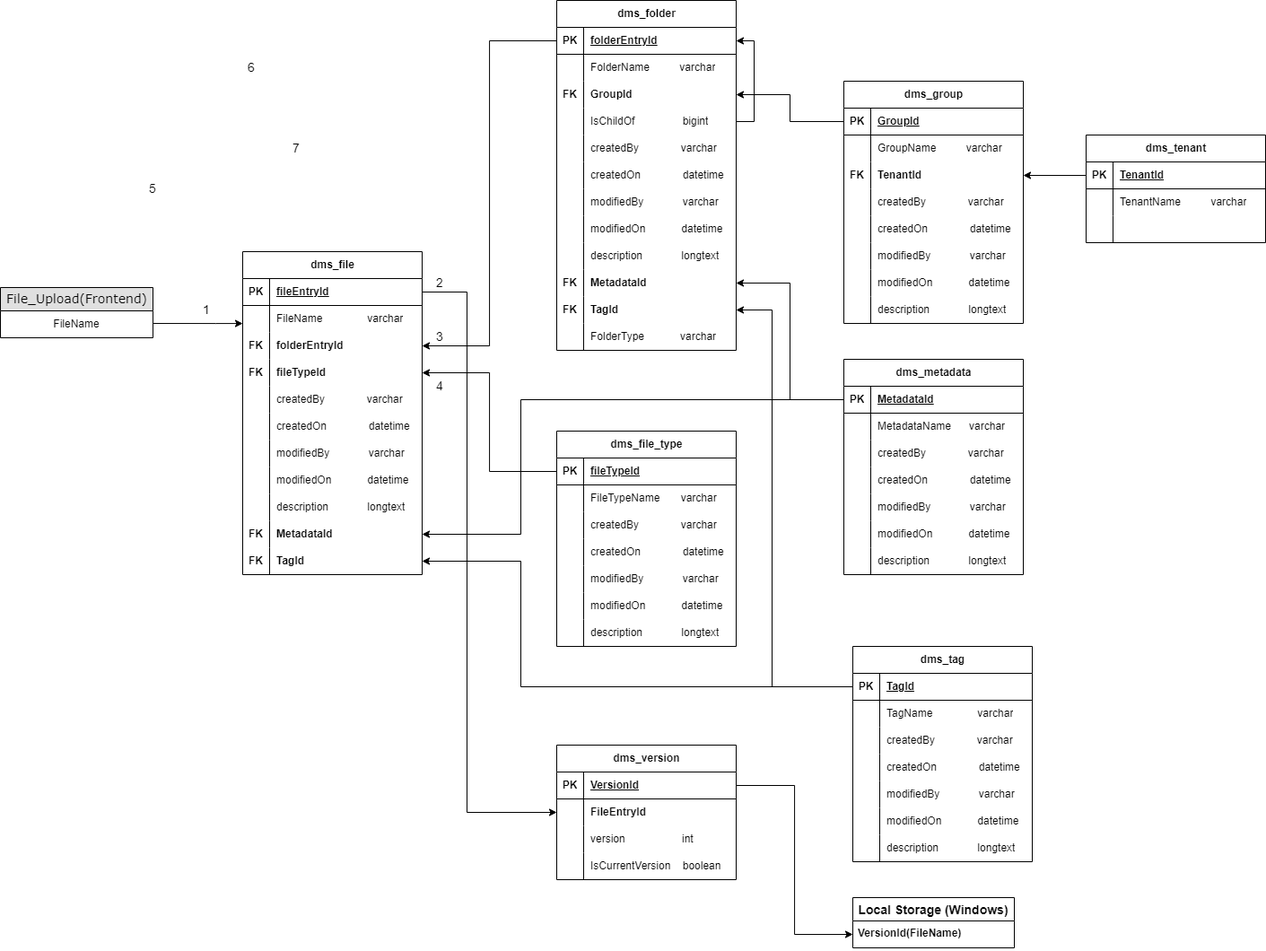
This is Upload-NxtGen.drawio.png from SandeepGowda7/Drawio, a draw.io export, as it was before one commit. Source tidied: cells renumbered, new cells last; positions are measured from the earlier drawing's top-left corner, leaving out a move shared by most shapes.
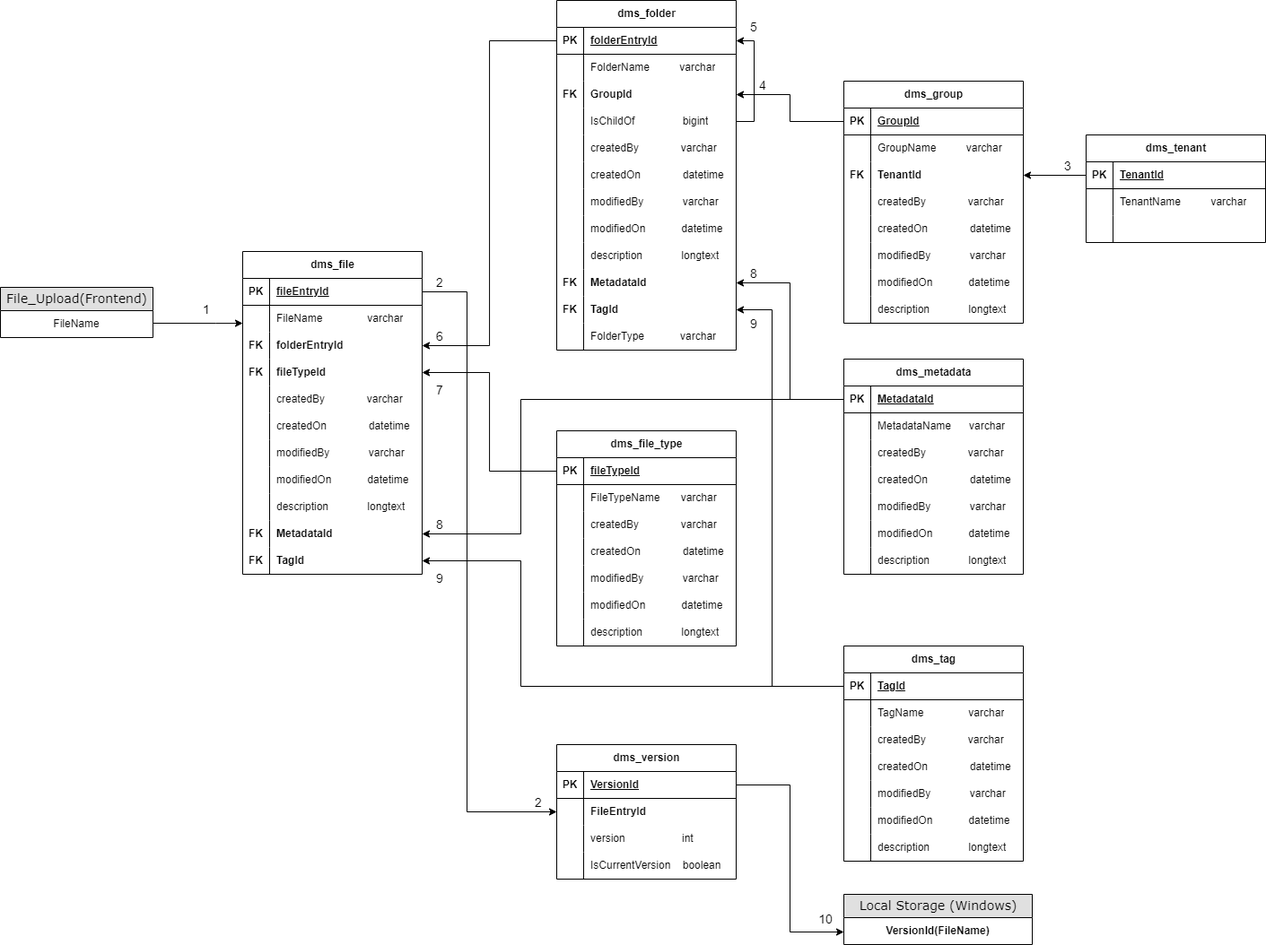
Above is the later version.

Diff of the diagram source:
```diff
@@ -91,7 +91,7 @@
       </mxGeometry>
     </mxCell>
     <mxCell id="28" value="dms_tag" style="shape=table;startSize=30;rowLines=0;fontStyle=1;align=center;html=1;" parent="1" vertex="1">
-      <mxGeometry x="950" y="720" width="200" height="240" as="geometry" />
+      <mxGeometry x="940" y="720" width="200" height="240" as="geometry" />
     </mxCell>
     <mxCell id="29" style="shape=tableRow;horizontal=0;startSize=0;swimlaneHead=0;swimlaneBody=0;fillColor=none;points=[[0,0.5],[1,0.5]];portConstraint=eastwest;top=0;left=0;right=0;bottom=1;" parent="28" vertex="1">
       <mxGeometry y="30" width="200" height="30" as="geometry" />
@@ -480,7 +480,7 @@
     <mxCell id="157" value="IsCurrentVersion&amp;nbsp; &amp;nbsp; boolean" style="shape=partialRectangle;fillColor=none;top=0;left=0;bottom=0;right=0;align=left;spacingLeft=6;overflow=hidden;whiteSpace=wrap;html=1;" parent="155" vertex="1">
       <mxGeometry x="30" width="170" height="30" as="geometry" />
     </mxCell>
-    <mxCell id="158" value="dms_file" style="shape=table;startSize=30;rowLines=0;fontStyle=1;align=center;html=1;" parent="1" vertex="1">
+    <mxCell id="158" value="dms_file" style="shape=table;startSize=30;rowLines=0;fontStyle=1;align=center;html=1;labelBackgroundColor=none;" parent="1" vertex="1">
       <mxGeometry x="270" y="280" width="200" height="360" as="geometry" />
     </mxCell>
     <mxCell id="159" style="shape=tableRow;horizontal=0;startSize=0;swimlaneHead=0;swimlaneBody=0;fillColor=none;points=[[0,0.5],[1,0.5]];portConstraint=eastwest;top=0;left=0;right=0;bottom=1;" parent="158" vertex="1">
@@ -626,35 +626,53 @@
         </Array>
       </mxGeometry>
     </mxCell>
-    <mxCell id="200" value="Local Storage (Windows)" style="swimlane;fontStyle=1;horizontal=1;startSize=26;align=center;fontSize=14;" parent="1" vertex="1">
-      <mxGeometry x="950" y="1000" width="180" height="56" as="geometry" />
-    </mxCell>
-    <mxCell id="201" value="&lt;b&gt;VersionId(FileName)&lt;/b&gt;" style="text;strokeColor=none;fillColor=none;spacingLeft=4;spacingRight=4;overflow=hidden;points=[[0,0.5],[1,0.5]];portConstraint=eastwest;fontSize=12;whiteSpace=wrap;html=1;" parent="200" vertex="1">
-      <mxGeometry y="26" width="180" height="30" as="geometry" />
-    </mxCell>
-    <mxCell id="202" style="edgeStyle=orthogonalEdgeStyle;rounded=0;jettySize=auto;html=1;entryX=0;entryY=0.5;entryDx=0;entryDy=0;" parent="1" edge="1" source="146" target="201">
-      <mxGeometry relative="1" as="geometry" />
-    </mxCell>
     <mxCell id="203" value="&lt;font style=&quot;font-size: 14px;&quot;&gt;1&lt;/font&gt;" style="text;html=1;strokeColor=none;fillColor=none;align=center;verticalAlign=middle;whiteSpace=wrap;rounded=0;" parent="1" vertex="1">
       <mxGeometry x="200" y="330" width="60" height="30" as="geometry" />
     </mxCell>
     <mxCell id="204" value="&lt;font style=&quot;font-size: 14px;&quot;&gt;2&lt;/font&gt;" style="text;html=1;strokeColor=none;fillColor=none;align=center;verticalAlign=middle;whiteSpace=wrap;rounded=0;" parent="1" vertex="1">
       <mxGeometry x="460" y="300" width="60" height="30" as="geometry" />
     </mxCell>
-    <mxCell id="205" value="&lt;font style=&quot;font-size: 14px;&quot;&gt;3&lt;/font&gt;" style="text;html=1;strokeColor=none;fillColor=none;align=center;verticalAlign=middle;whiteSpace=wrap;rounded=0;" parent="1" vertex="1">
-      <mxGeometry x="460" y="360" width="60" height="30" as="geometry" />
+    <mxCell id="205" value="&lt;font style=&quot;font-size: 14px;&quot;&gt;4&lt;/font&gt;" style="text;html=1;strokeColor=none;fillColor=none;align=center;verticalAlign=middle;whiteSpace=wrap;rounded=0;" parent="1" vertex="1">
+      <mxGeometry x="820" y="80" width="60" height="30" as="geometry" />
     </mxCell>
-    <mxCell id="206" value="&lt;font style=&quot;font-size: 14px;&quot;&gt;4&lt;/font&gt;" style="text;html=1;strokeColor=none;fillColor=none;align=center;verticalAlign=middle;whiteSpace=wrap;rounded=0;" parent="1" vertex="1">
-      <mxGeometry x="460" y="420" width="60" height="20" as="geometry" />
+    <mxCell id="206" value="&lt;font style=&quot;font-size: 14px;&quot;&gt;5&lt;/font&gt;" style="text;html=1;strokeColor=none;fillColor=none;align=center;verticalAlign=middle;whiteSpace=wrap;rounded=0;" parent="1" vertex="1">
+      <mxGeometry x="810" y="20" width="60" height="20" as="geometry" />
     </mxCell>
-    <mxCell id="207" value="&lt;font style=&quot;font-size: 14px;&quot;&gt;5&lt;/font&gt;" style="text;html=1;strokeColor=none;fillColor=none;align=center;verticalAlign=middle;whiteSpace=wrap;rounded=0;" parent="1" vertex="1">
-      <mxGeometry x="140" y="195" width="60" height="30" as="geometry" />
+    <mxCell id="207" value="&lt;font style=&quot;font-size: 14px;&quot;&gt;6&lt;/font&gt;" style="text;html=1;strokeColor=none;fillColor=none;align=center;verticalAlign=middle;whiteSpace=wrap;rounded=0;" parent="1" vertex="1">
+      <mxGeometry x="460" y="360" width="60" height="30" as="geometry" />
     </mxCell>
-    <mxCell id="208" value="&lt;font style=&quot;font-size: 14px;&quot;&gt;6&lt;/font&gt;" style="text;html=1;strokeColor=none;fillColor=none;align=center;verticalAlign=middle;whiteSpace=wrap;rounded=0;" parent="1" vertex="1">
-      <mxGeometry x="250" y="60" width="60" height="30" as="geometry" />
+    <mxCell id="208" value="&lt;font style=&quot;font-size: 14px;&quot;&gt;7&lt;/font&gt;" style="text;html=1;strokeColor=none;fillColor=none;align=center;verticalAlign=middle;whiteSpace=wrap;rounded=0;" parent="1" vertex="1">
+      <mxGeometry x="460" y="420" width="60" height="30" as="geometry" />
     </mxCell>
-    <mxCell id="209" value="&lt;font style=&quot;font-size: 14px;&quot;&gt;7&lt;/font&gt;" style="text;html=1;strokeColor=none;fillColor=none;align=center;verticalAlign=middle;whiteSpace=wrap;rounded=0;" parent="1" vertex="1">
-      <mxGeometry x="300" y="150" width="60" height="30" as="geometry" />
+    <mxCell id="209" value="&lt;font style=&quot;font-size: 14px;&quot;&gt;8&lt;/font&gt;" style="text;html=1;strokeColor=none;fillColor=none;align=center;verticalAlign=middle;whiteSpace=wrap;rounded=0;" parent="1" vertex="1">
+      <mxGeometry x="460" y="570" width="60" height="30" as="geometry" />
     </mxCell>
+    <mxCell id="210" value="&lt;font style=&quot;font-size: 14px;&quot;&gt;9&lt;/font&gt;" style="text;html=1;strokeColor=none;fillColor=none;align=center;verticalAlign=middle;whiteSpace=wrap;rounded=0;" parent="1" vertex="1">
+      <mxGeometry x="460" y="630" width="60" height="30" as="geometry" />
+    </mxCell>
+    <mxCell id="211" value="&lt;font style=&quot;font-size: 14px;&quot;&gt;8&lt;/font&gt;" style="text;html=1;strokeColor=none;fillColor=none;align=center;verticalAlign=middle;whiteSpace=wrap;rounded=0;" parent="1" vertex="1">
+      <mxGeometry x="810" y="290" width="60" height="30" as="geometry" />
+    </mxCell>
+    <mxCell id="212" value="&lt;span style=&quot;font-size: 14px;&quot;&gt;9&lt;/span&gt;" style="text;html=1;strokeColor=none;fillColor=none;align=center;verticalAlign=middle;whiteSpace=wrap;rounded=0;" parent="1" vertex="1">
+      <mxGeometry x="810" y="346" width="60" height="30" as="geometry" />
+    </mxCell>
+    <mxCell id="213" value="&lt;font style=&quot;font-size: 14px;&quot;&gt;10&lt;/font&gt;" style="text;html=1;strokeColor=none;fillColor=none;align=center;verticalAlign=middle;whiteSpace=wrap;rounded=0;" parent="1" vertex="1">
+      <mxGeometry x="890" y="1010" width="60" height="30" as="geometry" />
+    </mxCell>
+    <mxCell id="214" value="&lt;font style=&quot;font-size: 14px;&quot;&gt;3&lt;/font&gt;" style="text;html=1;strokeColor=none;fillColor=none;align=center;verticalAlign=middle;whiteSpace=wrap;rounded=0;" parent="1" vertex="1">
+      <mxGeometry x="1160" y="170" width="60" height="30" as="geometry" />
+    </mxCell>
+    <mxCell id="215" value="&lt;font style=&quot;font-size: 14px;&quot;&gt;2&lt;/font&gt;" style="text;html=1;strokeColor=none;fillColor=none;align=center;verticalAlign=middle;whiteSpace=wrap;rounded=0;" parent="1" vertex="1">
+      <mxGeometry x="570" y="880" width="60" height="30" as="geometry" />
+    </mxCell>
+    <mxCell id="200" value="Local Storage (Windows)" style="swimlane;html=1;fontStyle=0;horizontal=1;startSize=26;fillColor=#e0e0e0;swimlaneFillColor=#ffffff;align=center;rounded=0;shadow=0;comic=0;labelBackgroundColor=none;strokeWidth=1;fontFamily=Verdana;fontSize=14;" parent="1" vertex="1">
+      <mxGeometry x="940" y="997" width="210" height="56" as="geometry" />
+    </mxCell>
+    <mxCell id="216" value="&lt;br&gt;&lt;table style=&quot;border-collapse:&lt;br/&gt; collapse;width:77pt&quot; width=&quot;103&quot; cellspacing=&quot;0&quot; cellpadding=&quot;0&quot; border=&quot;0&quot;&gt;&lt;tbody&gt;&lt;tr style=&quot;height:14.5pt&quot; height=&quot;19&quot;&gt;  &lt;td style=&quot;height:14.5pt;width:77pt&quot; width=&quot;103&quot; class=&quot;xl63&quot; height=&quot;19&quot;&gt;&lt;b style=&quot;border-color: var(--border-color); text-align: left;&quot;&gt;VersionId(FileName)&lt;/b&gt;&lt;br&gt;&lt;/td&gt;&lt;/tr&gt;&lt;/tbody&gt;&lt;/table&gt;" style="text;html=1;strokeColor=none;fillColor=none;align=center;verticalAlign=middle;whiteSpace=wrap;rounded=0;" parent="200" vertex="1">
+      <mxGeometry y="26" width="210" height="14" as="geometry" />
+    </mxCell>
+    <mxCell id="217" style="edgeStyle=orthogonalEdgeStyle;rounded=0;jettySize=auto;html=1;entryX=0;entryY=0.75;entryDx=0;entryDy=0;fontFamily=Helvetica;fontSize=12;fontColor=default;startSize=30;" parent="1" edge="1" source="146" target="200">
+      <mxGeometry relative="1" as="geometry" />
+    </mxCell>
   </root>
 </mxGraphModel>
```
